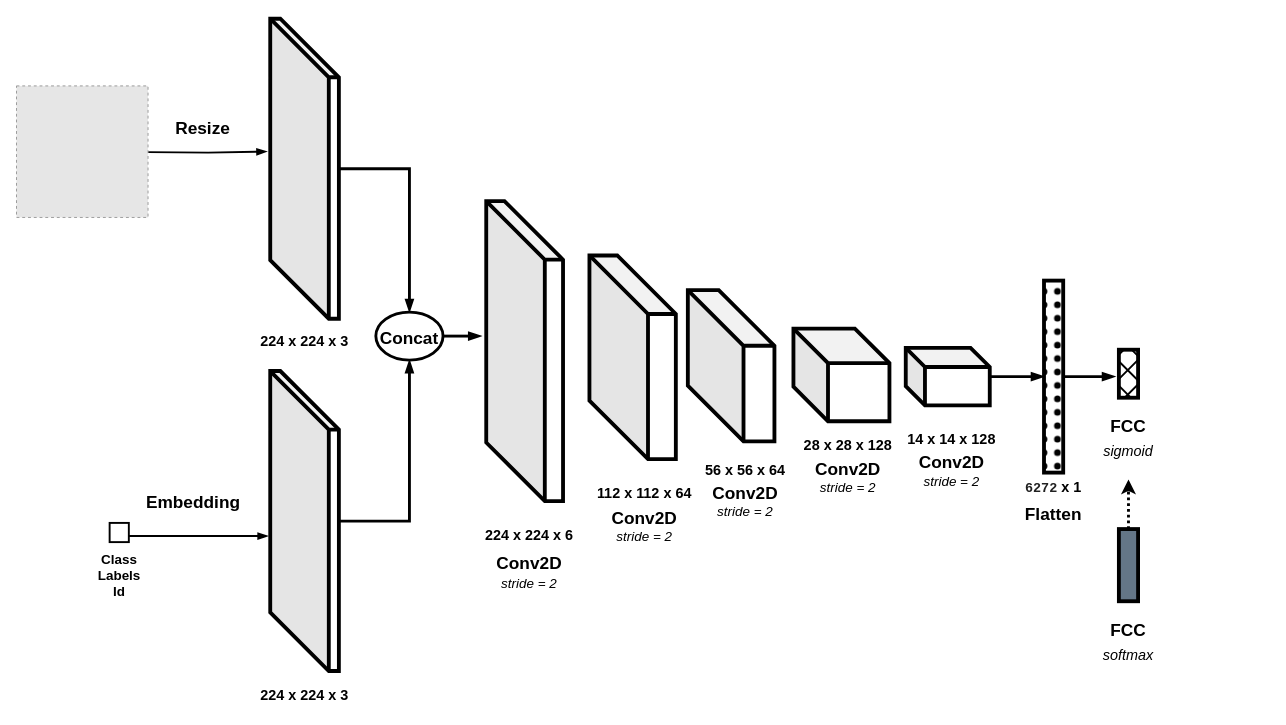
Above: discriminator.drawio in viniciusrpb/drawio_flowcharts (draw.io), before the change. Source tidied: cells renumbered, new cells numbered last; positions are measured from the earlier drawing's top-left corner, leaving out a move shared by most shapes. Both pictures are drawn from the tidied source at 96%, with x=0, y=0 at pixel (16, 18). Pictures stored in the file or linked from it are replaced by grey dashed boxes.
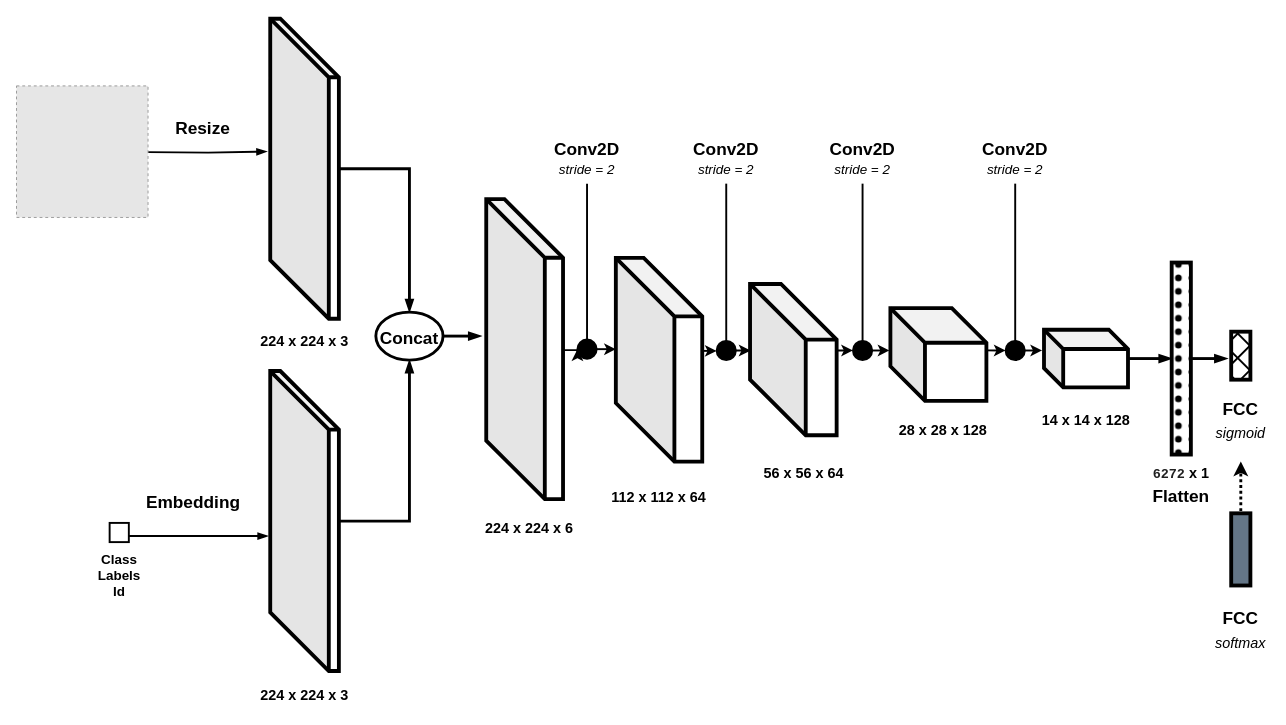
The same page after the edit.

Change to the diagram source:
```diff
@@
     <mxCell id="4" value="&lt;div style=&quot;font-size: 15px;&quot;&gt;224 x 224 x 6&lt;/div&gt;" style="text;html=1;strokeColor=none;fillColor=none;align=center;verticalAlign=middle;whiteSpace=wrap;rounded=0;fontSize=15;fontStyle=1;strokeWidth=4;" parent="1" vertex="1">
-      <mxGeometry x="474" y="522.5" width="120" height="30" as="geometry" />
+      <mxGeometry x="474" y="515.2" width="120" height="30" as="geometry" />
     </mxCell>
@@
     <mxCell id="13" value="&lt;div style=&quot;font-size: 15px;&quot;&gt;112 x 112 x 64&lt;/div&gt;" style="text;html=1;strokeColor=none;fillColor=none;align=center;verticalAlign=middle;whiteSpace=wrap;rounded=0;fontSize=15;fontStyle=1;strokeWidth=4;" parent="1" vertex="1">
-      <mxGeometry x="594" y="479" width="120" height="30" as="geometry" />
+      <mxGeometry x="609" y="482.8" width="120" height="30" as="geometry" />
     </mxCell>
+    <mxCell id="15" style="shape=cube;whiteSpace=wrap;html=1;boundedLbl=1;backgroundOutline=1;darkOpacity=0.05;darkOpacity2=0.1;strokeWidth=4;size=61;fillColor=default;gradientColor=none;" parent="1" vertex="1">
+      <mxGeometry x="624" y="249.1" width="90" height="212.2" as="geometry" />
+    </mxCell>
@@
-    <mxCell id="15" style="shape=cube;whiteSpace=wrap;html=1;boundedLbl=1;backgroundOutline=1;darkOpacity=0.05;darkOpacity2=0.1;strokeWidth=4;size=61;fillColor=default;gradientColor=none;" parent="1" vertex="1">
-      <mxGeometry x="596.5" y="246.6" width="90" height="212.2" as="geometry" />
-    </mxCell>
     <mxCell id="16" style="shape=cube;whiteSpace=wrap;html=1;boundedLbl=1;backgroundOutline=1;darkOpacity=0.05;darkOpacity2=0.1;strokeWidth=4;size=61;fillColor=default;gradientColor=none;" parent="1" vertex="1">
-      <mxGeometry x="489" y="190" width="80" height="312.5" as="geometry" />
+      <mxGeometry x="489" y="188" width="80" height="312.5" as="geometry" />
     </mxCell>
     <mxCell id="17" style="shape=cube;whiteSpace=wrap;html=1;boundedLbl=1;backgroundOutline=1;darkOpacity=0.05;darkOpacity2=0.1;strokeWidth=4;size=58;fillColor=default;gradientColor=none;" parent="1" vertex="1">
-      <mxGeometry x="699" y="282.7" width="90.2" height="157.6" as="geometry" />
+      <mxGeometry x="763.8" y="276.3" width="90.2" height="157.6" as="geometry" />
     </mxCell>
     <mxCell id="18" value="&lt;div style=&quot;font-size: 15px;&quot;&gt;56 x 56 x 64&lt;/div&gt;" style="text;html=1;strokeColor=none;fillColor=none;align=center;verticalAlign=middle;whiteSpace=wrap;rounded=0;fontSize=15;fontStyle=1;strokeWidth=4;" parent="1" vertex="1">
-      <mxGeometry x="699" y="455" width="120" height="30" as="geometry" />
+      <mxGeometry x="760" y="457.5" width="120" height="30" as="geometry" />
     </mxCell>
     <mxCell id="19" value="&lt;div style=&quot;font-size: 15px;&quot;&gt;28 x 28 x 128&lt;/div&gt;" style="text;html=1;strokeColor=none;fillColor=none;align=center;verticalAlign=middle;whiteSpace=wrap;rounded=0;fontSize=15;fontStyle=1;strokeWidth=4;" parent="1" vertex="1">
-      <mxGeometry x="806" y="428.9" width="120" height="30" as="geometry" />
+      <mxGeometry x="905" y="412.8" width="120" height="30" as="geometry" />
     </mxCell>
     <mxCell id="20" style="shape=cube;whiteSpace=wrap;html=1;boundedLbl=1;backgroundOutline=1;darkOpacity=0.05;darkOpacity2=0.1;strokeWidth=4;size=36;fillColor=default;gradientColor=none;" parent="1" vertex="1">
-      <mxGeometry x="809" y="322.8" width="100" height="96.5" as="geometry" />
+      <mxGeometry x="910" y="301.5" width="100" height="96.5" as="geometry" />
     </mxCell>
     <mxCell id="21" value="&lt;div style=&quot;font-size: 15px;&quot;&gt;14 x 14 x 128&lt;/div&gt;" style="text;html=1;strokeColor=none;fillColor=none;align=center;verticalAlign=middle;whiteSpace=wrap;rounded=0;fontSize=15;fontStyle=1;strokeWidth=4;" parent="1" vertex="1">
-      <mxGeometry x="919" y="421.9" width="110" height="30" as="geometry" />
+      <mxGeometry x="1058.8" y="402.9" width="110" height="30" as="geometry" />
     </mxCell>
@@
     <mxCell id="23" style="shape=cube;whiteSpace=wrap;html=1;boundedLbl=1;backgroundOutline=1;darkOpacity=0.05;darkOpacity2=0.1;strokeWidth=4;size=20;fillColor=default;gradientColor=none;" parent="1" vertex="1">
-      <mxGeometry x="926" y="342.8" width="87.5" height="60" as="geometry" />
+      <mxGeometry x="1070" y="324" width="87.5" height="60" as="geometry" />
     </mxCell>
     <mxCell id="24" style="edgeStyle=orthogonalEdgeStyle;rounded=0;jettySize=auto;html=1;entryX=0;entryY=0.5;entryDx=0;entryDy=0;fontSize=12;strokeWidth=3;endArrow=blockThin;endFill=1;" parent="1" edge="1" source="25">
       <mxGeometry relative="1" as="geometry">
-        <mxPoint x="1144" y="372.8" as="targetPoint" />
+        <mxPoint x="1261" y="354" as="targetPoint" />
       </mxGeometry>
     </mxCell>
     <mxCell id="25" style="rounded=0;whiteSpace=wrap;html=1;strokeWidth=4;fillStyle=dots;fillColor=#000000;" parent="1" vertex="1">
-      <mxGeometry x="1070" y="272.8" width="20" height="200" as="geometry" />
+      <mxGeometry x="1203" y="254" width="20" height="200" as="geometry" />
     </mxCell>
@@
     <mxCell id="29" value="Conv2D" style="text;html=1;align=center;verticalAlign=middle;whiteSpace=wrap;rounded=0;fontStyle=1;fontSize=18;" parent="1" vertex="1">
-      <mxGeometry x="504" y="552.5" width="60" height="30" as="geometry" />
+      <mxGeometry x="564" y="121" width="60" height="30" as="geometry" />
     </mxCell>
     <mxCell id="30" value="stride = 2" style="text;html=1;align=center;verticalAlign=middle;whiteSpace=wrap;rounded=0;fontSize=14;fontStyle=2;" parent="1" vertex="1">
-      <mxGeometry x="504" y="573.2" width="60" height="30" as="geometry" />
+      <mxGeometry x="564" y="141.8" width="60" height="30" as="geometry" />
     </mxCell>
     <mxCell id="31" value="Conv2D" style="text;html=1;align=center;verticalAlign=middle;whiteSpace=wrap;rounded=0;fontStyle=1;fontSize=18;" parent="1" vertex="1">
-      <mxGeometry x="624" y="505.8" width="60" height="30" as="geometry" />
+      <mxGeometry x="709" y="121" width="60" height="30" as="geometry" />
     </mxCell>
-    <mxCell id="32" value="stride = 2" style="text;html=1;align=center;verticalAlign=middle;whiteSpace=wrap;rounded=0;fontSize=14;fontStyle=2;" parent="1" vertex="1">
-      <mxGeometry x="624" y="524.5" width="60" height="30" as="geometry" />
+    <mxCell id="32" value="stride = 2" style="text;html=1;align=center;verticalAlign=middle;whiteSpace=wrap;rounded=0;fontSize=14;fontStyle=2;strokeWidth=2;" parent="1" vertex="1">
+      <mxGeometry x="709" y="141.8" width="60" height="30" as="geometry" />
     </mxCell>
-    <mxCell id="33" value="Conv2D" style="text;html=1;align=center;verticalAlign=middle;whiteSpace=wrap;rounded=0;fontStyle=1;fontSize=18;" parent="1" vertex="1">
-      <mxGeometry x="729" y="480" width="60" height="30" as="geometry" />
-    </mxCell>
-    <mxCell id="34" value="stride = 2" style="text;html=1;align=center;verticalAlign=middle;whiteSpace=wrap;rounded=0;fontSize=14;fontStyle=2;" parent="1" vertex="1">
-      <mxGeometry x="729" y="498.8" width="60" height="30" as="geometry" />
-    </mxCell>
-    <mxCell id="35" value="Conv2D" style="text;html=1;align=center;verticalAlign=middle;whiteSpace=wrap;rounded=0;fontStyle=1;fontSize=18;" parent="1" vertex="1">
-      <mxGeometry x="836" y="455" width="60" height="30" as="geometry" />
-    </mxCell>
-    <mxCell id="36" value="stride = 2" style="text;html=1;align=center;verticalAlign=middle;whiteSpace=wrap;rounded=0;fontSize=14;fontStyle=2;" parent="1" vertex="1">
-      <mxGeometry x="836" y="473.8" width="60" height="30" as="geometry" />
-    </mxCell>
-    <mxCell id="37" value="Conv2D" style="text;html=1;align=center;verticalAlign=middle;whiteSpace=wrap;rounded=0;fontStyle=1;fontSize=18;" parent="1" vertex="1">
-      <mxGeometry x="944" y="448.4" width="60" height="30" as="geometry" />
-    </mxCell>
-    <mxCell id="38" value="stride = 2" style="text;html=1;align=center;verticalAlign=middle;whiteSpace=wrap;rounded=0;fontSize=14;fontStyle=2;" parent="1" vertex="1">
-      <mxGeometry x="944" y="467.1" width="60" height="30" as="geometry" />
-    </mxCell>
     <mxCell id="39" value="Flatten" style="text;html=1;align=center;verticalAlign=middle;whiteSpace=wrap;rounded=0;fontStyle=1;fontSize=18;" parent="1" vertex="1">
-      <mxGeometry x="1050" y="501.6" width="60" height="30" as="geometry" />
+      <mxGeometry x="1183" y="482.8" width="60" height="30" as="geometry" />
     </mxCell>
     <mxCell id="40" value="&lt;div style=&quot;font-size: 15px;&quot;&gt;&lt;span style=&quot;background-color: rgb(255, 255, 255); color: rgb(33, 33, 33); font-family: monospace; font-size: 14px; text-align: start; white-space: pre;&quot;&gt;6272&lt;/span&gt;&amp;nbsp;x 1&lt;/div&gt;" style="text;html=1;strokeColor=none;fillColor=none;align=center;verticalAlign=middle;whiteSpace=wrap;rounded=0;fontSize=15;fontStyle=1;strokeWidth=4;" parent="1" vertex="1">
-      <mxGeometry x="1025" y="473.8" width="110" height="30" as="geometry" />
+      <mxGeometry x="1157.5" y="458.8" width="110" height="30" as="geometry" />
     </mxCell>
     <mxCell id="41" style="rounded=0;whiteSpace=wrap;html=1;strokeWidth=4;fillStyle=cross-hatch;fillColor=#000000;" parent="1" vertex="1">
-      <mxGeometry x="1148" y="344.8" width="20" height="50" as="geometry" />
+      <mxGeometry x="1265" y="326" width="20" height="50" as="geometry" />
     </mxCell>
     <mxCell id="42" value="FCC" style="text;html=1;align=center;verticalAlign=middle;whiteSpace=wrap;rounded=0;fontStyle=1;fontSize=18;" parent="1" vertex="1">
-      <mxGeometry x="1128" y="410.3" width="60" height="30" as="geometry" />
+      <mxGeometry x="1245" y="391.5" width="60" height="30" as="geometry" />
     </mxCell>
     <mxCell id="43" value="sigmoid" style="text;html=1;align=center;verticalAlign=middle;whiteSpace=wrap;rounded=0;fontSize=15;fontStyle=2;" parent="1" vertex="1">
-      <mxGeometry x="1128" y="435" width="60" height="30" as="geometry" />
+      <mxGeometry x="1245" y="416.2" width="60" height="30" as="geometry" />
     </mxCell>
-    <mxCell id="44" style="edgeStyle=orthogonalEdgeStyle;rounded=0;jettySize=auto;html=1;strokeWidth=3;dashed=1;dashPattern=1 1;" parent="1" edge="1" source="45">
+    <mxCell id="44" style="edgeStyle=orthogonalEdgeStyle;rounded=0;orthogonalLoop=1;jettySize=auto;html=1;strokeWidth=3;dashed=1;dashPattern=1 1;" parent="1" edge="1">
       <mxGeometry relative="1" as="geometry">
-        <mxPoint x="1158" y="480" as="targetPoint" />
+        <mxPoint x="1275" y="512.8" as="sourcePoint" />
+        <mxPoint x="1275" y="461.2" as="targetPoint" />
       </mxGeometry>
     </mxCell>
     <mxCell id="45" style="rounded=0;whiteSpace=wrap;html=1;strokeWidth=4;fillStyle=solid;fillColor=#647687;fontColor=#ffffff;strokeColor=#000000;" parent="1" vertex="1">
-      <mxGeometry x="1148" y="531.6" width="20" height="75.2" as="geometry" />
+      <mxGeometry x="1265" y="515.2" width="20" height="75.2" as="geometry" />
     </mxCell>
     <mxCell id="46" value="FCC" style="text;html=1;align=center;verticalAlign=middle;whiteSpace=wrap;rounded=0;fontStyle=1;fontSize=18;" parent="1" vertex="1">
-      <mxGeometry x="1128" y="622.3" width="60" height="30" as="geometry" />
+      <mxGeometry x="1245" y="610" width="60" height="30" as="geometry" />
     </mxCell>
     <mxCell id="47" value="softmax" style="text;html=1;align=center;verticalAlign=middle;whiteSpace=wrap;rounded=0;fontSize=15;fontStyle=2;" parent="1" vertex="1">
-      <mxGeometry x="1128" y="647" width="60" height="30" as="geometry" />
+      <mxGeometry x="1245" y="634.7" width="60" height="30" as="geometry" />
     </mxCell>
@@
+    <mxCell id="49" style="edgeStyle=orthogonalEdgeStyle;rounded=0;jettySize=auto;html=1;exitX=0.5;exitY=0;exitDx=0;exitDy=0;exitPerimeter=0;entryX=0.5;entryY=1;entryDx=0;entryDy=0;endArrow=none;endFill=0;strokeWidth=2;" parent="1" edge="1" source="50" target="30">
+      <mxGeometry relative="1" as="geometry" />
+    </mxCell>
+    <mxCell id="50" style="strokeWidth=2;html=1;shape=mxgraph.flowchart.start_2;whiteSpace=wrap;fillColor=#000000;" parent="1" vertex="1">
+      <mxGeometry x="584" y="334.2" width="20" height="20" as="geometry" />
+    </mxCell>
+    <mxCell id="51" style="edgeStyle=orthogonalEdgeStyle;rounded=0;jettySize=auto;html=1;exitX=0.996;exitY=0.503;exitDx=0;exitDy=0;exitPerimeter=0;entryX=0;entryY=0.5;entryDx=0;entryDy=0;entryPerimeter=0;strokeWidth=2;" parent="1" edge="1" source="16" target="50">
+      <mxGeometry relative="1" as="geometry" />
+    </mxCell>
+    <mxCell id="52" style="edgeStyle=orthogonalEdgeStyle;rounded=0;jettySize=auto;html=1;exitX=0.5;exitY=0;exitDx=0;exitDy=0;exitPerimeter=0;entryX=0.5;entryY=1;entryDx=0;entryDy=0;endArrow=none;endFill=0;strokeWidth=2;" parent="1" edge="1" source="53" target="32">
+      <mxGeometry relative="1" as="geometry" />
+    </mxCell>
+    <mxCell id="53" style="strokeWidth=2;html=1;shape=mxgraph.flowchart.start_2;whiteSpace=wrap;fillColor=#000000;" parent="1" vertex="1">
+      <mxGeometry x="729" y="335.6" width="20" height="20" as="geometry" />
+    </mxCell>
+    <mxCell id="54" style="edgeStyle=orthogonalEdgeStyle;rounded=0;jettySize=auto;html=1;entryX=0;entryY=0.5;entryDx=0;entryDy=0;entryPerimeter=0;strokeWidth=2;" parent="1" edge="1" target="53">
+      <mxGeometry relative="1" as="geometry">
+        <mxPoint x="714" y="346" as="sourcePoint" />
+      </mxGeometry>
+    </mxCell>
+    <mxCell id="55" style="edgeStyle=orthogonalEdgeStyle;rounded=0;jettySize=auto;html=1;exitX=1;exitY=0.5;exitDx=0;exitDy=0;exitPerimeter=0;entryX=0;entryY=0.449;entryDx=0;entryDy=0;entryPerimeter=0;strokeWidth=2;" parent="1" edge="1" source="50" target="15">
+      <mxGeometry relative="1" as="geometry" />
+    </mxCell>
+    <mxCell id="56" value="Conv2D" style="text;html=1;align=center;verticalAlign=middle;whiteSpace=wrap;rounded=0;fontStyle=1;fontSize=18;" parent="1" vertex="1">
+      <mxGeometry x="851" y="121" width="60" height="30" as="geometry" />
+    </mxCell>
+    <mxCell id="57" value="stride = 2" style="text;html=1;align=center;verticalAlign=middle;whiteSpace=wrap;rounded=0;fontSize=14;fontStyle=2;strokeWidth=2;" parent="1" vertex="1">
+      <mxGeometry x="851" y="141.8" width="60" height="30" as="geometry" />
+    </mxCell>
+    <mxCell id="58" style="edgeStyle=orthogonalEdgeStyle;rounded=0;jettySize=auto;html=1;exitX=0.5;exitY=0;exitDx=0;exitDy=0;exitPerimeter=0;entryX=0.5;entryY=1;entryDx=0;entryDy=0;endArrow=none;endFill=0;strokeWidth=2;" parent="1" edge="1" source="59" target="57">
+      <mxGeometry relative="1" as="geometry" />
+    </mxCell>
+    <mxCell id="59" style="strokeWidth=2;html=1;shape=mxgraph.flowchart.start_2;whiteSpace=wrap;fillColor=#000000;" parent="1" vertex="1">
+      <mxGeometry x="871" y="335.6" width="20" height="20" as="geometry" />
+    </mxCell>
+    <mxCell id="60" style="edgeStyle=orthogonalEdgeStyle;rounded=0;orthogonalLoop=1;jettySize=auto;html=1;entryX=0;entryY=0;entryDx=0;entryDy=49.81;entryPerimeter=0;strokeWidth=2;" parent="1" edge="1">
+      <mxGeometry relative="1" as="geometry">
+        <mxPoint x="882" y="345.6" as="sourcePoint" />
+        <mxPoint x="909" y="346" as="targetPoint" />
+      </mxGeometry>
+    </mxCell>
+    <mxCell id="61" style="endArrow=classic;html=1;rounded=0;exitX=1;exitY=0.5;exitDx=0;exitDy=0;exitPerimeter=0;entryX=0.006;entryY=0.44;entryDx=0;entryDy=0;entryPerimeter=0;strokeWidth=2;" parent="1" edge="1" source="53" target="17">
+      <mxGeometry relative="1" as="geometry" />
+    </mxCell>
+    <mxCell id="62" value="Conv2D" style="text;html=1;align=center;verticalAlign=middle;whiteSpace=wrap;rounded=0;fontStyle=1;fontSize=18;" parent="1" vertex="1">
+      <mxGeometry x="1010" y="121" width="60" height="30" as="geometry" />
+    </mxCell>
+    <mxCell id="63" value="stride = 2" style="text;html=1;align=center;verticalAlign=middle;whiteSpace=wrap;rounded=0;fontSize=14;fontStyle=2;strokeWidth=2;" parent="1" vertex="1">
+      <mxGeometry x="1010" y="141.8" width="60" height="30" as="geometry" />
+    </mxCell>
+    <mxCell id="64" style="edgeStyle=orthogonalEdgeStyle;rounded=0;jettySize=auto;html=1;exitX=0.5;exitY=0;exitDx=0;exitDy=0;exitPerimeter=0;entryX=0.5;entryY=1;entryDx=0;entryDy=0;endArrow=none;endFill=0;strokeWidth=2;" parent="1" edge="1" source="65" target="63">
+      <mxGeometry relative="1" as="geometry" />
+    </mxCell>
+    <mxCell id="65" style="strokeWidth=2;html=1;shape=mxgraph.flowchart.start_2;whiteSpace=wrap;fillColor=#000000;" parent="1" vertex="1">
+      <mxGeometry x="1030" y="335.6" width="20" height="20" as="geometry" />
+    </mxCell>
+    <mxCell id="66" style="edgeStyle=orthogonalEdgeStyle;rounded=0;orthogonalLoop=1;jettySize=auto;html=1;entryX=0;entryY=0;entryDx=0;entryDy=49.81;entryPerimeter=0;strokeWidth=2;" parent="1" edge="1">
+      <mxGeometry relative="1" as="geometry">
+        <mxPoint x="1041" y="345.6" as="sourcePoint" />
+        <mxPoint x="1068" y="346" as="targetPoint" />
+      </mxGeometry>
+    </mxCell>
+    <mxCell id="67" style="endArrow=classic;html=1;rounded=0;exitX=0;exitY=0;exitDx=100;exitDy=36;exitPerimeter=0;entryX=0;entryY=0.5;entryDx=0;entryDy=0;entryPerimeter=0;strokeWidth=2;" parent="1" edge="1" target="65">
+      <mxGeometry relative="1" as="geometry">
+        <mxPoint x="1010" y="345.5" as="sourcePoint" />
+      </mxGeometry>
+    </mxCell>
+    <mxCell id="68" style="endArrow=classic;html=1;rounded=0;exitX=1.011;exitY=0.44;exitDx=0;exitDy=0;exitPerimeter=0;entryX=0;entryY=0.5;entryDx=0;entryDy=0;entryPerimeter=0;strokeWidth=2;" parent="1" edge="1" source="17" target="59">
+      <mxGeometry relative="1" as="geometry" />
+    </mxCell>
```
